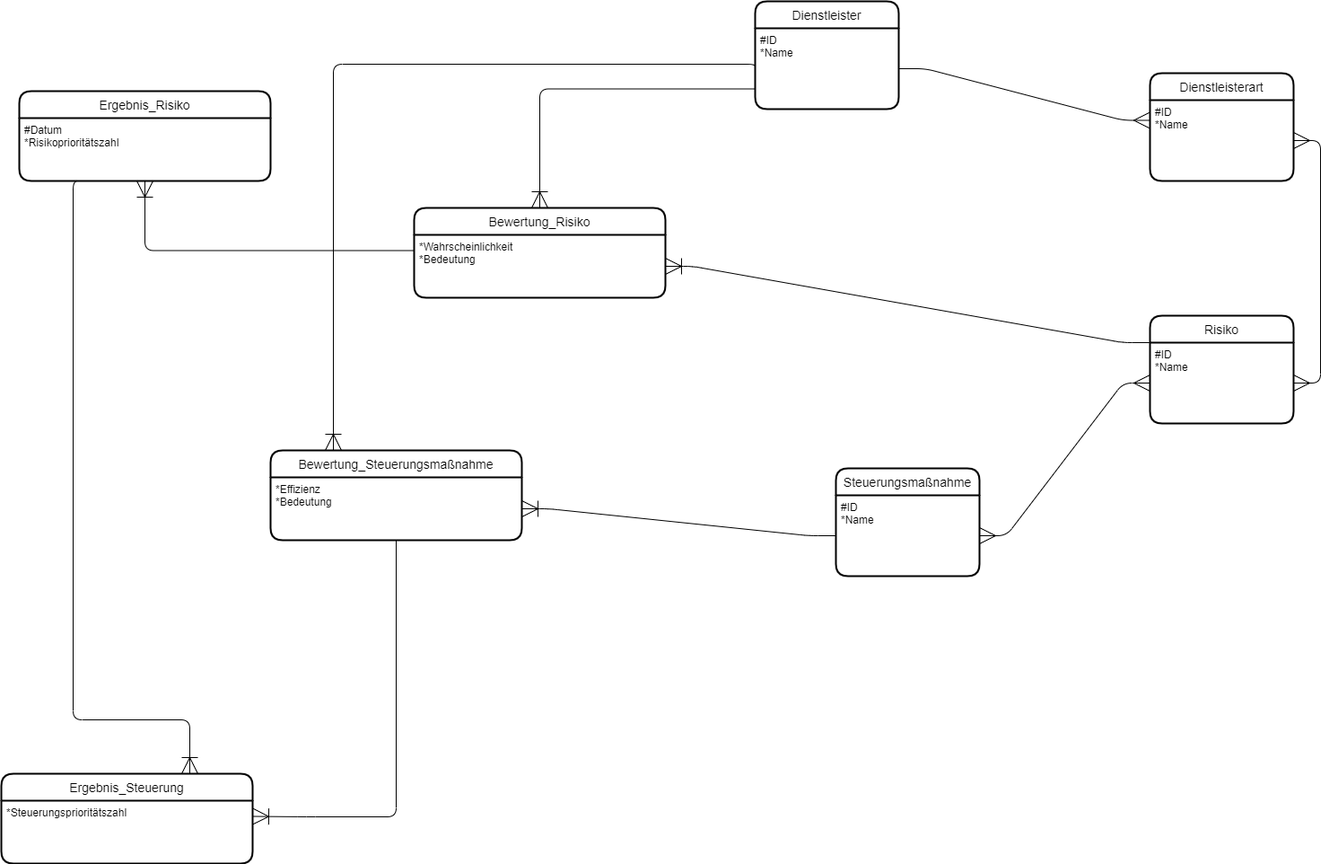
This is er.png from sgtSeme4ki/complianceDB, a draw.io export, as it was before one commit. Source tidied: cells renumbered, new cells last; positions are measured from the earlier drawing's top-left corner, leaving out a move shared by most shapes.
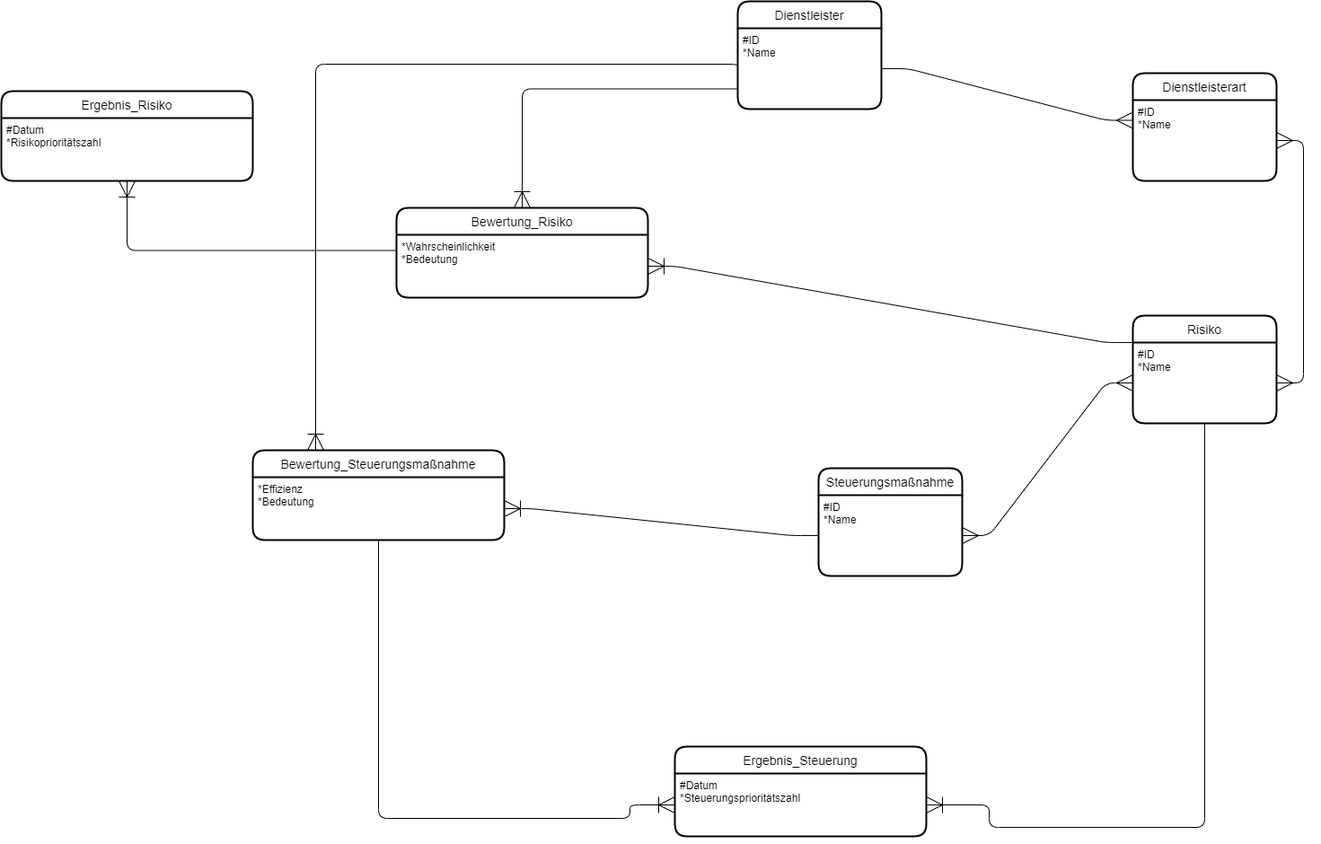
Later version of the same file.

Change to the diagram source:
```diff
@@ -74,27 +74,28 @@
       <mxGeometry relative="1" as="geometry" />
     </mxCell>
     <mxCell id="24" value="Ergebnis_Steuerung" style="swimlane;horizontal=1;startSize=30;fontSize=14;fontStyle=0;strokeWidth=2;shadow=0;dashed=0;align=center;rounded=1;" parent="1" vertex="1">
-      <mxGeometry y="860" width="280" height="100" as="geometry" />
+      <mxGeometry x="770" y="830" width="280" height="100" as="geometry" />
     </mxCell>
-    <mxCell id="25" value="*Steuerungsprioritätszahl&#10;" style="align=left;strokeColor=none;fillColor=none;spacingLeft=4;fontSize=12;verticalAlign=top;rounded=1;" parent="24" vertex="1">
+    <mxCell id="25" value="#Datum&#10;*Steuerungsprioritätszahl&#10;" style="align=left;strokeColor=none;fillColor=none;spacingLeft=4;fontSize=12;verticalAlign=top;rounded=1;" parent="24" vertex="1">
       <mxGeometry y="30" width="280" height="70" as="geometry" />
     </mxCell>
-    <mxCell id="26" style="fontSize=12;html=1;endArrow=ERoneToMany;shadow=0;strokeWidth=1;anchorPointDirection=0;snapToPoint=0;comic=0;edgeStyle=orthogonalEdgeStyle;elbow=vertical;endSize=16;startSize=16;exitX=0.25;exitY=1;exitDx=0;exitDy=0;entryX=0.75;entryY=0;entryDx=0;entryDy=0;" parent="1" edge="1" source="22" target="24">
-      <mxGeometry relative="1" as="geometry">
-        <Array as="points">
-          <mxPoint x="80" y="200" />
-          <mxPoint x="80" y="800" />
-          <mxPoint x="210" y="800" />
-        </Array>
-      </mxGeometry>
-    </mxCell>
-    <mxCell id="27" style="fontSize=12;html=1;endArrow=ERoneToMany;shadow=0;strokeWidth=1;anchorPointDirection=0;snapToPoint=0;comic=0;edgeStyle=orthogonalEdgeStyle;elbow=vertical;endSize=16;startSize=16;exitX=0.5;exitY=1;exitDx=0;exitDy=0;entryX=1;entryY=0.25;entryDx=0;entryDy=0;" parent="1" edge="1" source="14" target="25">
+    <mxCell id="27" style="fontSize=12;html=1;endArrow=ERoneToMany;shadow=0;strokeWidth=1;anchorPointDirection=0;snapToPoint=0;comic=0;edgeStyle=orthogonalEdgeStyle;elbow=vertical;endSize=16;startSize=16;exitX=0.5;exitY=1;exitDx=0;exitDy=0;entryX=0;entryY=0.5;entryDx=0;entryDy=0;" parent="1" edge="1" source="14" target="25">
       <mxGeometry relative="1" as="geometry">
         <Array as="points">
-          <mxPoint x="440" y="908" />
-          <mxPoint x="340" y="908" />
+          <mxPoint x="440" y="910" />
+          <mxPoint x="720" y="910" />
+          <mxPoint x="720" y="895" />
         </Array>
       </mxGeometry>
     </mxCell>
+    <mxCell id="28" style="fontSize=12;html=1;endArrow=ERoneToMany;shadow=0;strokeWidth=1;anchorPointDirection=0;snapToPoint=0;comic=0;edgeStyle=orthogonalEdgeStyle;elbow=vertical;endSize=16;startSize=16;exitX=0.5;exitY=1;exitDx=0;exitDy=0;entryX=1;entryY=0.5;entryDx=0;entryDy=0;" parent="1" edge="1" source="5" target="25">
+      <mxGeometry relative="1" as="geometry">
+        <Array as="points">
+          <mxPoint x="1360" y="920" />
+          <mxPoint x="1120" y="920" />
+          <mxPoint x="1120" y="895" />
+        </Array>
+      </mxGeometry>
+    </mxCell>
   </root>
 </mxGraphModel>
```
